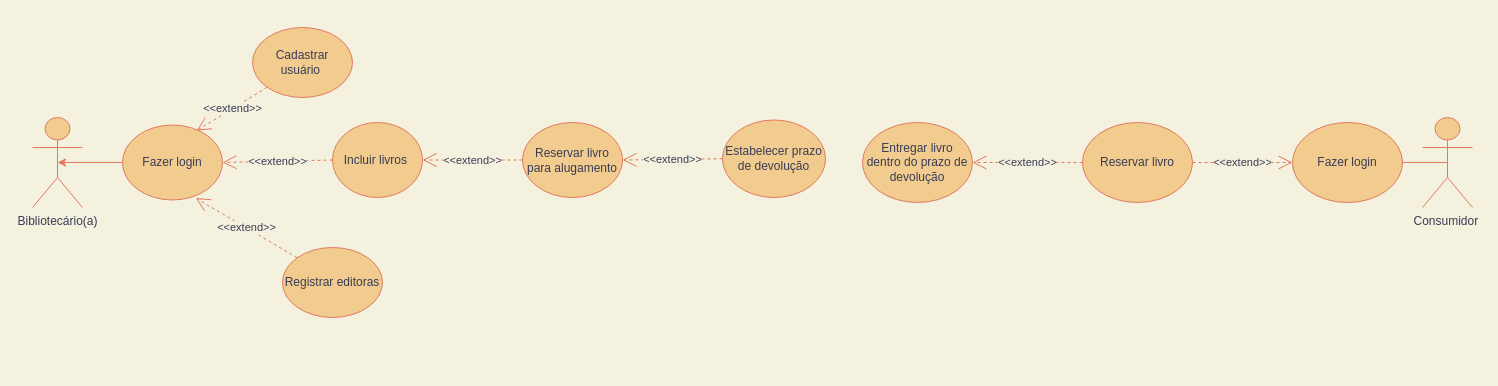
Above: Caso de Uso Biblioteca.drawio in Weszzell/Diagrama (draw.io), before the change. Source tidied: cells renumbered, new cells numbered last; positions are measured from the earlier drawing's top-left corner, leaving out a move shared by most shapes. Both pictures are drawn from the tidied source at 100%, with x=0, y=0 at pixel (32, 27).
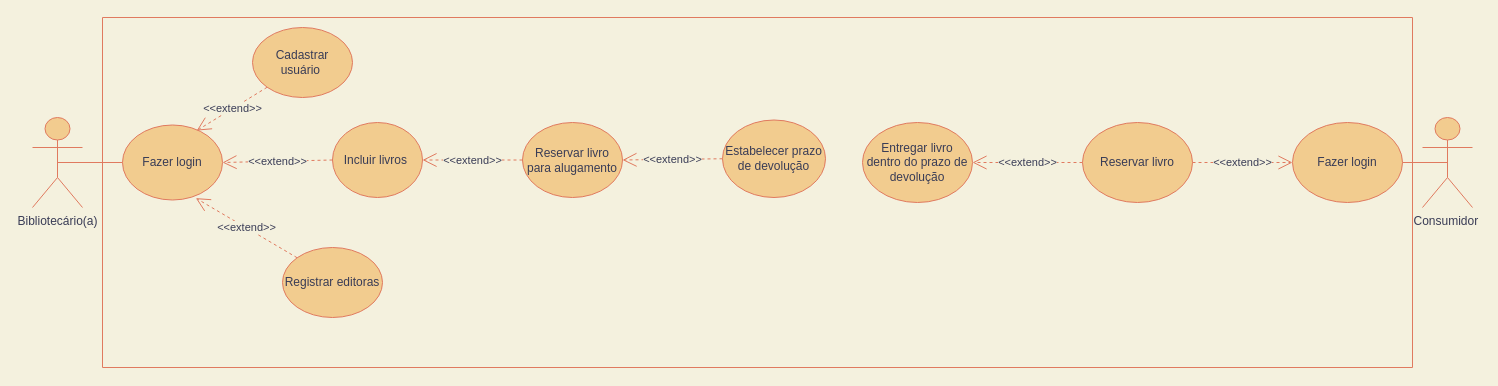
The same diagram, later.

Unchanged cells that the change refers to:
```xml
<mxCell id="2" value="Bibliotecário(a)" style="shape=umlActor;verticalLabelPosition=bottom;verticalAlign=top;html=1;outlineConnect=0;flipH=0;fillColor=#F2CC8F;strokeColor=#E07A5F;fontColor=#393C56;" parent="1" vertex="1">
  <mxGeometry y="90" width="50" height="90" as="geometry" />
</mxCell>
<mxCell id="4" value="Fazer login" style="ellipse;whiteSpace=wrap;html=1;align=center;verticalAlign=middle;horizontal=1;fillColor=#F2CC8F;strokeColor=#E07A5F;fontColor=#393C56;" parent="1" vertex="1">
  <mxGeometry x="90" y="97.5" width="100" height="75" as="geometry" />
</mxCell>
```

Change to the diagram source:
```diff
@@
-    <mxCell id="3" style="edgeStyle=orthogonalEdgeStyle;rounded=0;jettySize=auto;html=1;exitX=0;exitY=0.5;exitDx=0;exitDy=0;verticalAlign=middle;entryX=0.5;entryY=0.5;entryDx=0;entryDy=0;entryPerimeter=0;labelBackgroundColor=#F4F1DE;strokeColor=#E07A5F;fontColor=#393C56;" parent="1" edge="1" source="4" target="2">
-      <mxGeometry relative="1" as="geometry" />
-    </mxCell>
@@
+    <mxCell id="22" style="endArrow=none;html=1;rounded=1;sketch=0;fontColor=#393C56;strokeColor=#E07A5F;fillColor=#F2CC8F;curved=0;" parent="1" edge="1">
+      <mxGeometry relative="1" as="geometry">
+        <mxPoint x="70" y="340" as="sourcePoint" />
+        <mxPoint x="70" y="-10" as="targetPoint" />
+      </mxGeometry>
+    </mxCell>
+    <mxCell id="23" style="endArrow=none;html=1;rounded=1;sketch=0;fontColor=#393C56;strokeColor=#E07A5F;fillColor=#F2CC8F;curved=0;" parent="1" edge="1">
+      <mxGeometry relative="1" as="geometry">
+        <mxPoint x="70" y="340" as="sourcePoint" />
+        <mxPoint x="1380" y="340" as="targetPoint" />
+      </mxGeometry>
+    </mxCell>
+    <mxCell id="24" style="endArrow=none;html=1;rounded=1;sketch=0;fontColor=#393C56;strokeColor=#E07A5F;fillColor=#F2CC8F;curved=0;" parent="1" edge="1">
+      <mxGeometry relative="1" as="geometry">
+        <mxPoint x="1380" y="340" as="sourcePoint" />
+        <mxPoint x="1380" y="-10" as="targetPoint" />
+      </mxGeometry>
+    </mxCell>
+    <mxCell id="25" style="endArrow=none;html=1;rounded=1;sketch=0;fontColor=#393C56;strokeColor=#E07A5F;fillColor=#F2CC8F;curved=0;" parent="1" edge="1">
+      <mxGeometry relative="1" as="geometry">
+        <mxPoint x="70" y="-10" as="sourcePoint" />
+        <mxPoint x="1380" y="-10" as="targetPoint" />
+      </mxGeometry>
+    </mxCell>
+    <mxCell id="26" style="endArrow=none;html=1;rounded=1;sketch=0;fontColor=#393C56;strokeColor=#E07A5F;fillColor=#F2CC8F;curved=0;exitX=0.5;exitY=0.5;exitDx=0;exitDy=0;exitPerimeter=0;" parent="1" edge="1" source="2" target="4">
+      <mxGeometry relative="1" as="geometry" />
+    </mxCell>
```
